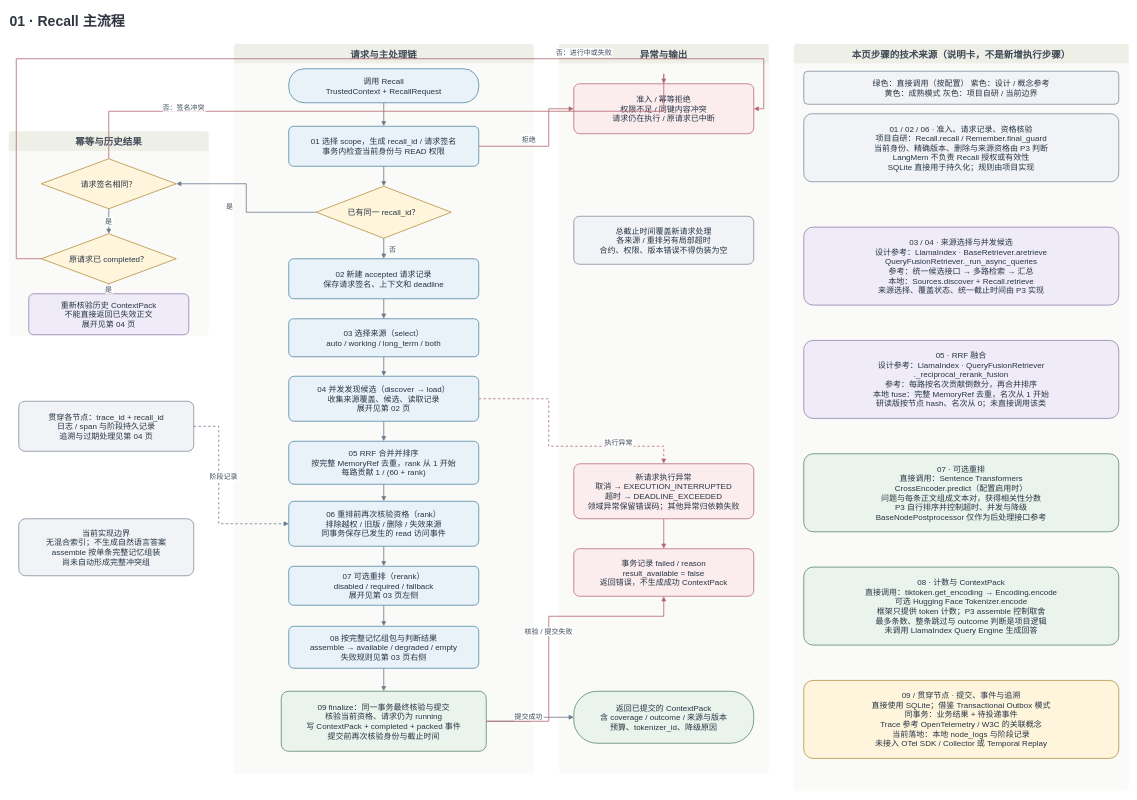
Before: page "历史 · 01 · Recall 主流程" (1 of 4) of 交付成果/架构设计/Recall处理流程/Recall_当前处理流程.drawio in csdnk/Ather-AIAgent, a draw.io diagram. Source tidied: cells renumbered, new cells numbered last; positions are measured from the earlier drawing's top-left corner, leaving out a move shared by most shapes. Both pictures are drawn from the tidied source at 50%, with x=0, y=0 at pixel (8, 8).
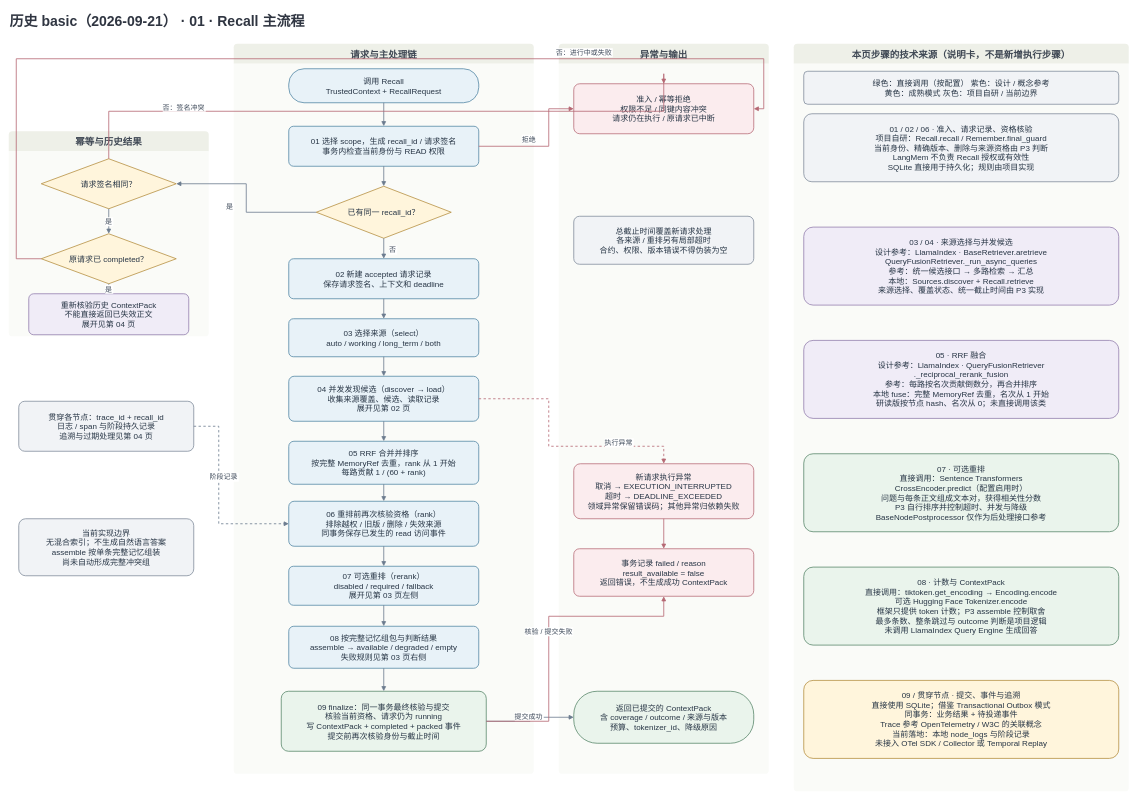
After the change.

The edit, as a diff of the source:
```diff
@@
-    <mxCell id="2" value="01 · Recall 主流程" style="text;html=0;fontFamily=Microsoft YaHei;fontSize=28;fontStyle=1;align=left;fontColor=#2F3541;strokeColor=none;fillColor=none;" parent="1" vertex="1">
+    <mxCell id="2" value="历史 basic（2026-09-21） · 01 · Recall 主流程" style="text;html=0;fontFamily=Microsoft YaHei;fontSize=28;fontStyle=1;align=left;fontColor=#2F3541;strokeColor=none;fillColor=none;" parent="1" vertex="1">
       <mxGeometry width="2240" height="48" as="geometry" />
     </mxCell>
```
